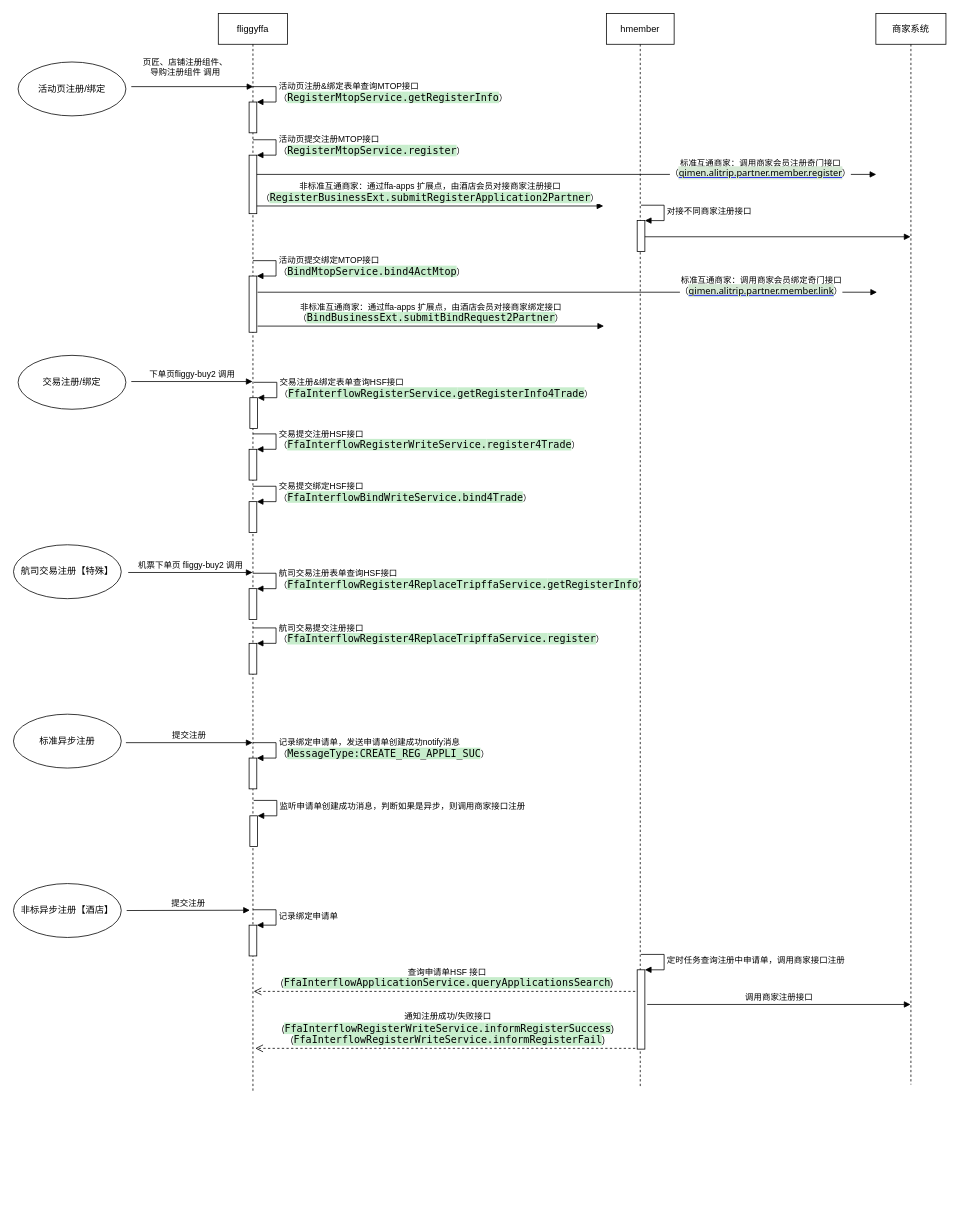
renqiuming/drawio keeps this draw.io diagram as page "标准商家会员注册&绑定" (2 of 4) of 会员接口时序.drawio. Above is the earlier version. Source tidied: cells renumbered, new cells numbered last; positions are measured from the earlier drawing's top-left corner, leaving out a move shared by most shapes. Both pictures are drawn from the tidied source at 77%, with x=0, y=0 at pixel (13, 13).
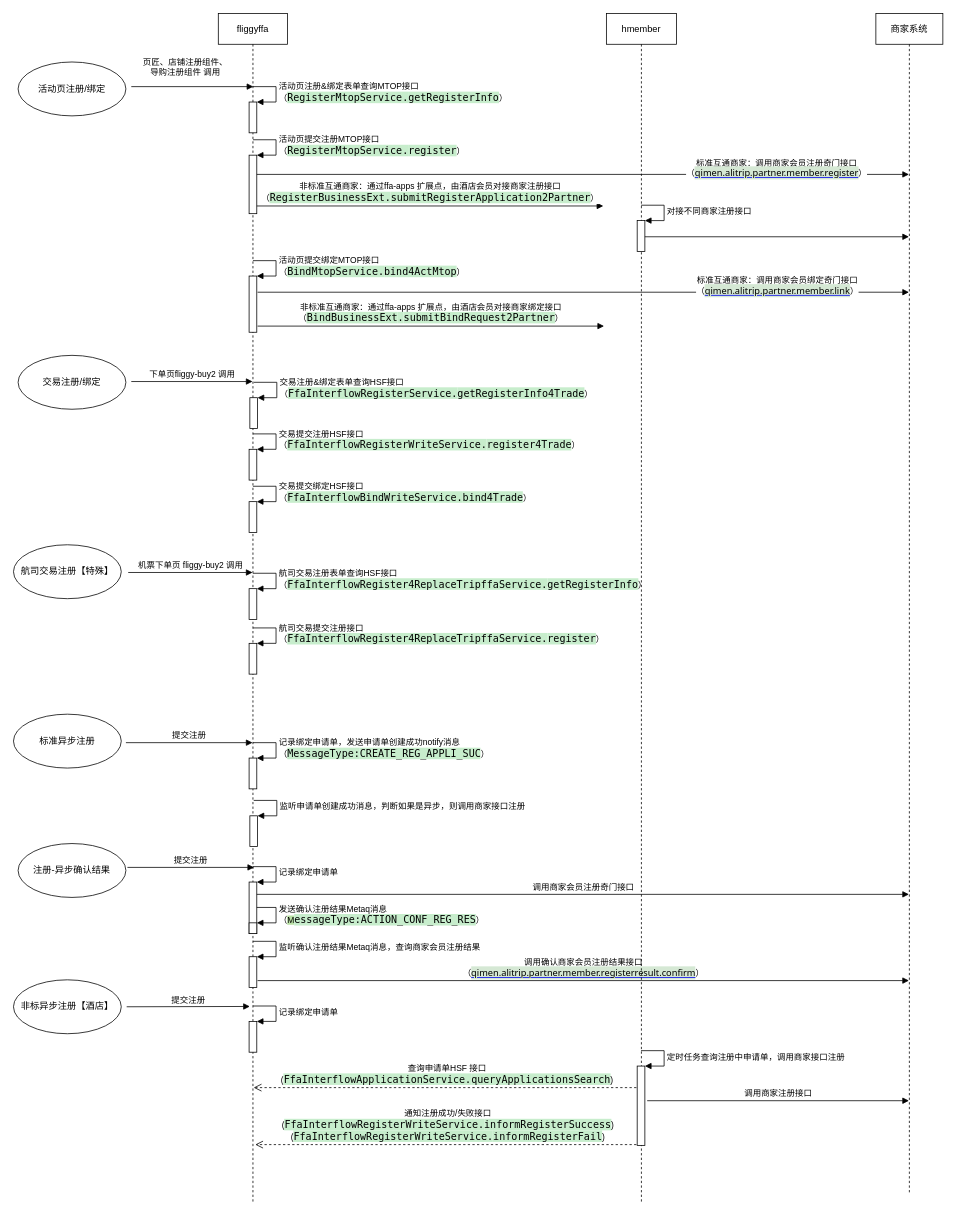
The same page after the edit.

What changed in the source:
```diff
@@
     <mxCell id="2" value="fliggyffa" style="shape=umlLifeline;perimeter=lifelinePerimeter;whiteSpace=wrap;html=1;outlineConnect=0;" parent="1" vertex="1">
-      <mxGeometry x="266" width="90" height="1402" as="geometry" />
+      <mxGeometry x="266" width="90" height="1545" as="geometry" />
     </mxCell>
@@
-    <mxCell id="7" style="html=1;verticalAlign=bottom;endArrow=block;" parent="2" edge="1">
+    <mxCell id="7" style="html=1;verticalAlign=bottom;endArrow=block;" parent="2" edge="1" target="34">
       <mxGeometry relative="1" as="geometry">
         <mxPoint x="50" y="209" as="sourcePoint" />
-        <mxPoint x="854.5" y="209" as="targetPoint" />
       </mxGeometry>
     </mxCell>
@@
     <mxCell id="23" style="html=1;points=[];perimeter=orthogonalPerimeter;" parent="2" vertex="1">
-      <mxGeometry x="40" y="1184" width="10" height="40" as="geometry" />
+      <mxGeometry x="40" y="1309" width="10" height="40" as="geometry" />
     </mxCell>
     <mxCell id="24" value="记录绑定申请单" style="edgeStyle=orthogonalEdgeStyle;html=1;align=left;spacingLeft=2;endArrow=block;rounded=0;entryX=1;entryY=0;" parent="2" edge="1" target="23">
       <mxGeometry relative="1" as="geometry">
-        <mxPoint x="45" y="1164" as="sourcePoint" />
+        <mxPoint x="45" y="1289" as="sourcePoint" />
         <Array as="points">
-          <mxPoint x="75" y="1164" />
+          <mxPoint x="75" y="1289" />
         </Array>
       </mxGeometry>
     </mxCell>
-    <mxCell id="25" value="查询申请单HSF 接口&lt;br&gt;(&lt;span style=&quot;background-color: rgb(199 , 237 , 204) ; font-family: &amp;#34;menlo&amp;#34; ; font-size: 9.8pt&quot;&gt;FfaInterflowApplicationService.&lt;/span&gt;&lt;span style=&quot;background-color: rgb(199 , 237 , 204) ; font-family: &amp;#34;menlo&amp;#34; ; font-size: 9.8pt&quot;&gt;queryApplicationsSearch&lt;/span&gt;)" style="html=1;verticalAlign=bottom;endArrow=open;dashed=1;endSize=8;" parent="2" edge="1" source="27">
+    <mxCell id="25" value="查询申请单HSF 接口&lt;br&gt;(&lt;span style=&quot;background-color: rgb(199 , 237 , 204) ; font-family: &amp;#34;menlo&amp;#34; ; font-size: 9.8pt&quot;&gt;FfaInterflowApplicationService.&lt;/span&gt;&lt;span style=&quot;background-color: rgb(199 , 237 , 204) ; font-family: &amp;#34;menlo&amp;#34; ; font-size: 9.8pt&quot;&gt;queryApplicationsSearch&lt;/span&gt;)" style="html=1;verticalAlign=bottom;endArrow=open;dashed=1;endSize=8;" parent="2" edge="1">
       <mxGeometry relative="1" as="geometry">
-        <mxPoint x="46" y="1270" as="targetPoint" />
+        <mxPoint x="549" y="1395" as="sourcePoint" />
+        <mxPoint x="46" y="1395" as="targetPoint" />
       </mxGeometry>
     </mxCell>
-    <mxCell id="26" value="通知注册成功/失败接口&lt;br&gt;(&lt;span style=&quot;background-color: rgb(199 , 237 , 204) ; font-family: &amp;#34;menlo&amp;#34; ; font-size: 9.8pt&quot;&gt;FfaInterflowRegisterWriteService.&lt;/span&gt;&lt;span style=&quot;background-color: rgb(199 , 237 , 204) ; font-family: &amp;#34;menlo&amp;#34; ; font-size: 9.8pt&quot;&gt;informRegisterSuccess&lt;/span&gt;)&lt;br&gt;(&lt;span style=&quot;font-family: &amp;#34;menlo&amp;#34; ; font-size: 13.0667px ; background-color: rgb(199 , 237 , 204)&quot;&gt;FfaInterflowRegisterWriteService.&lt;/span&gt;&lt;span style=&quot;background-color: rgb(199 , 237 , 204) ; font-family: &amp;#34;menlo&amp;#34; ; font-size: 9.8pt&quot;&gt;informRegisterFail&lt;/span&gt;)" style="html=1;verticalAlign=bottom;endArrow=open;dashed=1;endSize=8;" parent="2" edge="1" source="27">
+    <mxCell id="26" value="通知注册成功/失败接口&lt;br&gt;(&lt;span style=&quot;background-color: rgb(199 , 237 , 204) ; font-family: &amp;#34;menlo&amp;#34; ; font-size: 9.8pt&quot;&gt;FfaInterflowRegisterWriteService.&lt;/span&gt;&lt;span style=&quot;background-color: rgb(199 , 237 , 204) ; font-family: &amp;#34;menlo&amp;#34; ; font-size: 9.8pt&quot;&gt;informRegisterSuccess&lt;/span&gt;)&lt;br&gt;(&lt;span style=&quot;font-family: &amp;#34;menlo&amp;#34; ; font-size: 13.0667px ; background-color: rgb(199 , 237 , 204)&quot;&gt;FfaInterflowRegisterWriteService.&lt;/span&gt;&lt;span style=&quot;background-color: rgb(199 , 237 , 204) ; font-family: &amp;#34;menlo&amp;#34; ; font-size: 9.8pt&quot;&gt;informRegisterFail&lt;/span&gt;)" style="html=1;verticalAlign=bottom;endArrow=open;dashed=1;endSize=8;" parent="2" edge="1">
       <mxGeometry relative="1" as="geometry">
-        <mxPoint x="48" y="1344" as="targetPoint" />
+        <mxPoint x="549" y="1469" as="sourcePoint" />
+        <mxPoint x="48" y="1469" as="targetPoint" />
       </mxGeometry>
     </mxCell>
+    <mxCell id="51" style="html=1;points=[];perimeter=orthogonalPerimeter;" parent="2" vertex="1">
+      <mxGeometry x="40" y="1128" width="10" height="67" as="geometry" />
+    </mxCell>
+    <mxCell id="52" value="记录绑定申请单" style="edgeStyle=orthogonalEdgeStyle;html=1;align=left;spacingLeft=2;endArrow=block;rounded=0;entryX=1;entryY=0;" parent="2" edge="1" target="51">
+      <mxGeometry relative="1" as="geometry">
+        <mxPoint x="45" y="1108" as="sourcePoint" />
+        <Array as="points">
+          <mxPoint x="75" y="1108" />
+        </Array>
+      </mxGeometry>
+    </mxCell>
+    <mxCell id="53" style="html=1;points=[];perimeter=orthogonalPerimeter;" parent="2" vertex="1">
+      <mxGeometry x="40" y="1225" width="10" height="40" as="geometry" />
+    </mxCell>
+    <mxCell id="54" value="监听确认注册结果Metaq消息，查询商家会员注册结果" style="edgeStyle=orthogonalEdgeStyle;html=1;align=left;spacingLeft=2;endArrow=block;rounded=0;entryX=1;entryY=0;" parent="2" edge="1" target="53">
+      <mxGeometry relative="1" as="geometry">
+        <mxPoint x="45" y="1205" as="sourcePoint" />
+        <Array as="points">
+          <mxPoint x="75" y="1205" />
+        </Array>
+      </mxGeometry>
+    </mxCell>
+    <mxCell id="55" value="调用确认商家会员注册结果接口&lt;br&gt;（&lt;a href=&quot;http://api.alibaba-inc.com/api/rest/preview?apiId=183461&amp;amp;lmkey=qimenMenu-qimenList&quot; target=&quot;_blank&quot; class=&quot;ng-binding&quot; style=&quot;font-family: &amp;#34;tahoma&amp;#34; , &amp;#34;microsoft yahei&amp;#34; , &amp;#34;simsun&amp;#34; , sans-serif ; font-size: 12px ; text-align: left&quot;&gt;&lt;font color=&quot;#000000&quot; style=&quot;background-color: rgb(213 , 232 , 212)&quot;&gt;qimen.alitrip.partner.member.registerresult.confirm&lt;/font&gt;&lt;/a&gt;）" style="html=1;verticalAlign=bottom;endArrow=block;" parent="2" edge="1">
+      <mxGeometry relative="1" as="geometry">
+        <mxPoint x="51" y="1256" as="sourcePoint" />
+        <mxPoint x="897" y="1256" as="targetPoint" />
+      </mxGeometry>
+    </mxCell>
+    <mxCell id="56" value="调用商家会员注册奇门接口" style="html=1;verticalAlign=bottom;endArrow=block;" parent="2" edge="1">
+      <mxGeometry relative="1" as="geometry">
+        <mxPoint x="50" y="1144" as="sourcePoint" />
+        <mxPoint x="897" y="1144" as="targetPoint" />
+      </mxGeometry>
+    </mxCell>
+    <mxCell id="57" style="html=1;points=[];perimeter=orthogonalPerimeter;" parent="2" vertex="1">
+      <mxGeometry x="40" y="1181" width="10" height="14" as="geometry" />
+    </mxCell>
+    <mxCell id="58" value="发送确认注册结果Metaq消息&lt;br&gt;（&lt;span style=&quot;background-color: rgb(185 , 224 , 165)&quot;&gt;M&lt;/span&gt;&lt;span style=&quot;font-family: &amp;#34;menlo&amp;#34; ; font-size: 13.0667px ; background-color: rgb(199 , 237 , 204)&quot;&gt;essageType:&lt;/span&gt;&lt;span style=&quot;background-color: rgb(199 , 237 , 204) ; font-family: &amp;#34;menlo&amp;#34; ; font-size: 9.8pt&quot;&gt;ACTION_CONF_REG_RES&lt;/span&gt;）" style="edgeStyle=orthogonalEdgeStyle;html=1;align=left;spacingLeft=2;endArrow=block;rounded=0;entryX=1;entryY=0;" parent="2" edge="1" target="57">
+      <mxGeometry relative="1" as="geometry">
+        <mxPoint x="50" y="1161" as="sourcePoint" />
+        <Array as="points">
+          <mxPoint x="75" y="1161" />
+        </Array>
+      </mxGeometry>
+    </mxCell>
     <mxCell id="27" value="hmember" style="shape=umlLifeline;perimeter=lifelinePerimeter;whiteSpace=wrap;html=1;outlineConnect=0;" parent="1" vertex="1">
-      <mxGeometry x="770" width="88" height="1395" as="geometry" />
+      <mxGeometry x="770" width="91" height="1543" as="geometry" />
     </mxCell>
@@
     <mxCell id="31" style="html=1;points=[];perimeter=orthogonalPerimeter;" parent="27" vertex="1">
-      <mxGeometry x="40" y="1242" width="10" height="103" as="geometry" />
+      <mxGeometry x="40" y="1367" width="10" height="103" as="geometry" />
     </mxCell>
     <mxCell id="32" value="定时任务查询注册中申请单，调用商家接口注册" style="edgeStyle=orthogonalEdgeStyle;html=1;align=left;spacingLeft=2;endArrow=block;rounded=0;entryX=1;entryY=0;" parent="27" edge="1" target="31">
       <mxGeometry relative="1" as="geometry">
-        <mxPoint x="45" y="1222" as="sourcePoint" />
+        <mxPoint x="45" y="1347" as="sourcePoint" />
         <Array as="points">
-          <mxPoint x="75" y="1222" />
+          <mxPoint x="75" y="1347" />
         </Array>
       </mxGeometry>
     </mxCell>
-    <mxCell id="33" value="调用商家注册接口" style="html=1;verticalAlign=bottom;endArrow=block;" parent="27" edge="1" target="34">
+    <mxCell id="33" value="调用商家注册接口" style="html=1;verticalAlign=bottom;endArrow=block;" parent="27" edge="1">
       <mxGeometry relative="1" as="geometry">
-        <mxPoint x="53" y="1287" as="sourcePoint" />
+        <mxPoint x="53" y="1412" as="sourcePoint" />
+        <mxPoint x="393" y="1412" as="targetPoint" />
       </mxGeometry>
     </mxCell>
     <mxCell id="34" value="商家系统" style="shape=umlLifeline;perimeter=lifelinePerimeter;whiteSpace=wrap;html=1;outlineConnect=0;" parent="1" vertex="1">
-      <mxGeometry x="1120" width="91" height="1391" as="geometry" />
+      <mxGeometry x="1120" width="87" height="1533" as="geometry" />
     </mxCell>
@@
-    <mxCell id="42" style="html=1;verticalAlign=bottom;endArrow=block;" parent="1" edge="1">
+    <mxCell id="42" style="html=1;verticalAlign=bottom;endArrow=block;" parent="1" edge="1" target="34">
       <mxGeometry relative="1" as="geometry">
         <mxPoint x="317" y="362" as="sourcePoint" />
-        <mxPoint x="1121.5" y="362" as="targetPoint" />
       </mxGeometry>
     </mxCell>
@@
     <mxCell id="49" value="非标异步注册【酒店】" style="ellipse;whiteSpace=wrap;html=1;" parent="1" vertex="1">
-      <mxGeometry y="1130" width="140" height="70" as="geometry" />
+      <mxGeometry y="1255" width="140" height="70" as="geometry" />
     </mxCell>
     <mxCell id="50" value="提交注册" style="html=1;verticalAlign=bottom;endArrow=block;" parent="1" edge="1">
       <mxGeometry relative="1" as="geometry">
-        <mxPoint x="147" y="1165" as="sourcePoint" />
-        <mxPoint x="307" y="1164.6" as="targetPoint" />
+        <mxPoint x="147" y="1290" as="sourcePoint" />
+        <mxPoint x="307" y="1289.6" as="targetPoint" />
       </mxGeometry>
     </mxCell>
+    <mxCell id="59" value="注册-异步确认结果" style="ellipse;whiteSpace=wrap;html=1;" parent="1" vertex="1">
+      <mxGeometry x="6" y="1078" width="140" height="70" as="geometry" />
+    </mxCell>
+    <mxCell id="60" value="提交注册" style="html=1;verticalAlign=bottom;endArrow=block;" parent="1" edge="1">
+      <mxGeometry relative="1" as="geometry">
+        <mxPoint x="148" y="1109" as="sourcePoint" />
+        <mxPoint x="312.5" y="1109" as="targetPoint" />
+      </mxGeometry>
+    </mxCell>
```
